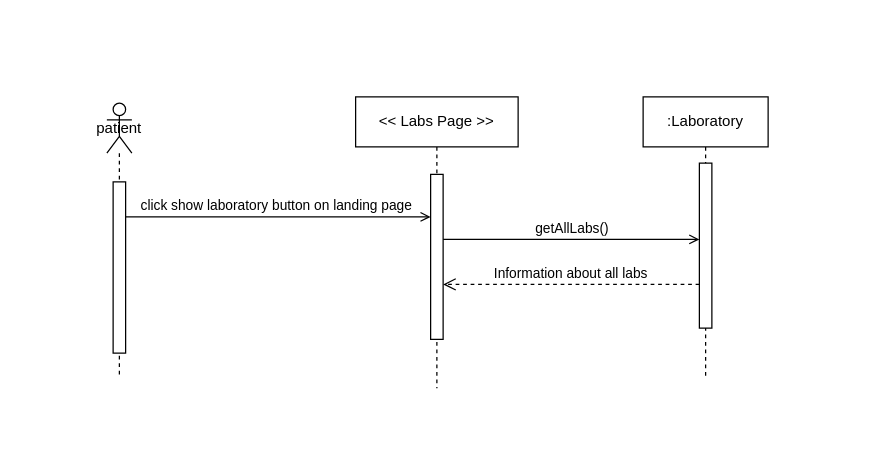
Above: page "ShowLabs" (3 of 32) of SequenceDiagram.drawio in ArashSameni/SoftwareEngineering (draw.io), before the change. Source tidied: cells renumbered, new cells numbered last; positions are measured from the earlier drawing's top-left corner, leaving out a move shared by most shapes. Both pictures are drawn from the tidied source at 125%, with x=0, y=0 at pixel (106, 96).
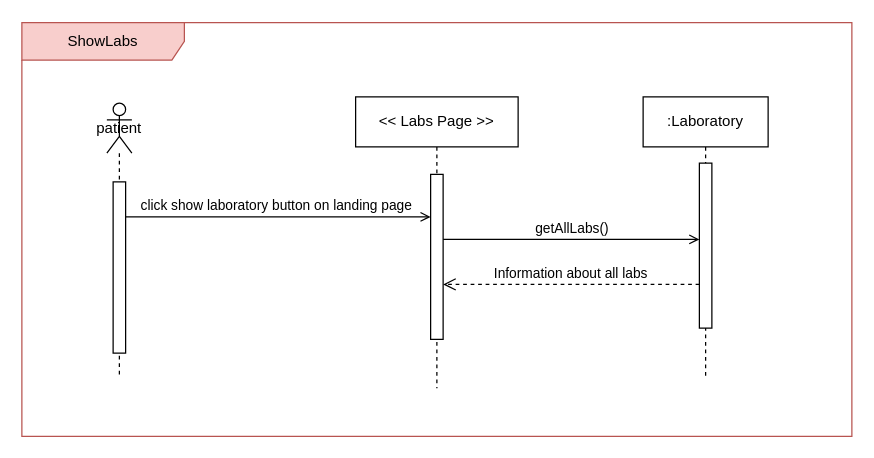
After the change.

What changed in the source:
```diff
@@
 <mxGraphModel>
   <root>
     <mxCell id="0" />
     <mxCell id="1" parent="0" />
     <mxCell id="2" value="patient" style="shape=umlLifeline;perimeter=lifelinePerimeter;whiteSpace=wrap;html=1;newEdgeStyle={&quot;curved&quot;:0,&quot;rounded&quot;:0};participant=umlActor;" parent="1" vertex="1">
       <mxGeometry y="5" width="20" height="220" as="geometry" />
     </mxCell>
     <mxCell id="3" style="html=1;perimeter=orthogonalPerimeter;targetShapes=umlLifeline;newEdgeStyle={&quot;curved&quot;:0,&quot;rounded&quot;:0};" parent="2" vertex="1">
       <mxGeometry x="5" y="63" width="10" height="137" as="geometry" />
     </mxCell>
     <mxCell id="4" value="click show laboratory button on landing page&amp;nbsp;" style="html=1;verticalAlign=bottom;endArrow=open;endFill=0;" parent="1" edge="1" target="6">
       <mxGeometry relative="1" as="geometry">
         <mxPoint x="15" y="96" as="sourcePoint" />
       </mxGeometry>
     </mxCell>
     <mxCell id="5" value="&amp;lt;&amp;lt; Labs Page &amp;gt;&amp;gt;" style="shape=umlLifeline;perimeter=lifelinePerimeter;whiteSpace=wrap;html=1;newEdgeStyle={&quot;curved&quot;:0,&quot;rounded&quot;:0};" parent="1" vertex="1">
       <mxGeometry x="199" width="130" height="233" as="geometry" />
     </mxCell>
     <mxCell id="6" style="html=1;points=[[0,0,0,0,5],[0,1,0,0,-5],[1,0,0,0,5],[1,1,0,0,-5]];perimeter=orthogonalPerimeter;outlineConnect=0;targetShapes=umlLifeline;portConstraint=eastwest;newEdgeStyle={&quot;curved&quot;:0,&quot;rounded&quot;:0};" parent="5" vertex="1">
       <mxGeometry x="60" y="62" width="10" height="132" as="geometry" />
     </mxCell>
     <mxCell id="7" value=":Laboratory" style="shape=umlLifeline;perimeter=lifelinePerimeter;whiteSpace=wrap;html=1;newEdgeStyle={&quot;curved&quot;:0,&quot;rounded&quot;:0};" parent="1" vertex="1">
       <mxGeometry x="429" width="100" height="224" as="geometry" />
     </mxCell>
     <mxCell id="8" style="html=1;points=[[0,0,0,0,5],[0,1,0,0,-5],[1,0,0,0,5],[1,1,0,0,-5]];perimeter=orthogonalPerimeter;outlineConnect=0;targetShapes=umlLifeline;portConstraint=eastwest;newEdgeStyle={&quot;curved&quot;:0,&quot;rounded&quot;:0};" parent="7" vertex="1">
       <mxGeometry x="45" y="53" width="10" height="132" as="geometry" />
     </mxCell>
     <mxCell id="9" value="getAllLabs()" style="html=1;verticalAlign=bottom;endArrow=open;endFill=0;" parent="1" edge="1">
       <mxGeometry relative="1" as="geometry">
         <mxPoint x="269" y="114" as="sourcePoint" />
         <mxPoint x="474" y="114" as="targetPoint" />
       </mxGeometry>
     </mxCell>
     <mxCell id="10" value="Information about all labs" style="html=1;verticalAlign=bottom;endArrow=open;dashed=1;endSize=8;edgeStyle=elbowEdgeStyle;elbow=horizontal;curved=0;rounded=0;" parent="1" edge="1" source="8" target="6">
       <mxGeometry relative="1" as="geometry">
         <Array as="points">
           <mxPoint x="432.5" y="150" />
         </Array>
       </mxGeometry>
     </mxCell>
+    <mxCell id="11" value="ShowLabs" style="shape=umlFrame;whiteSpace=wrap;html=1;width=130;height=30;fillColor=#f8cecc;strokeColor=#b85450;" parent="1" vertex="1">
+      <mxGeometry x="-68" y="-59.5" width="664" height="331" as="geometry" />
+    </mxCell>
   </root>
 </mxGraphModel>
```
